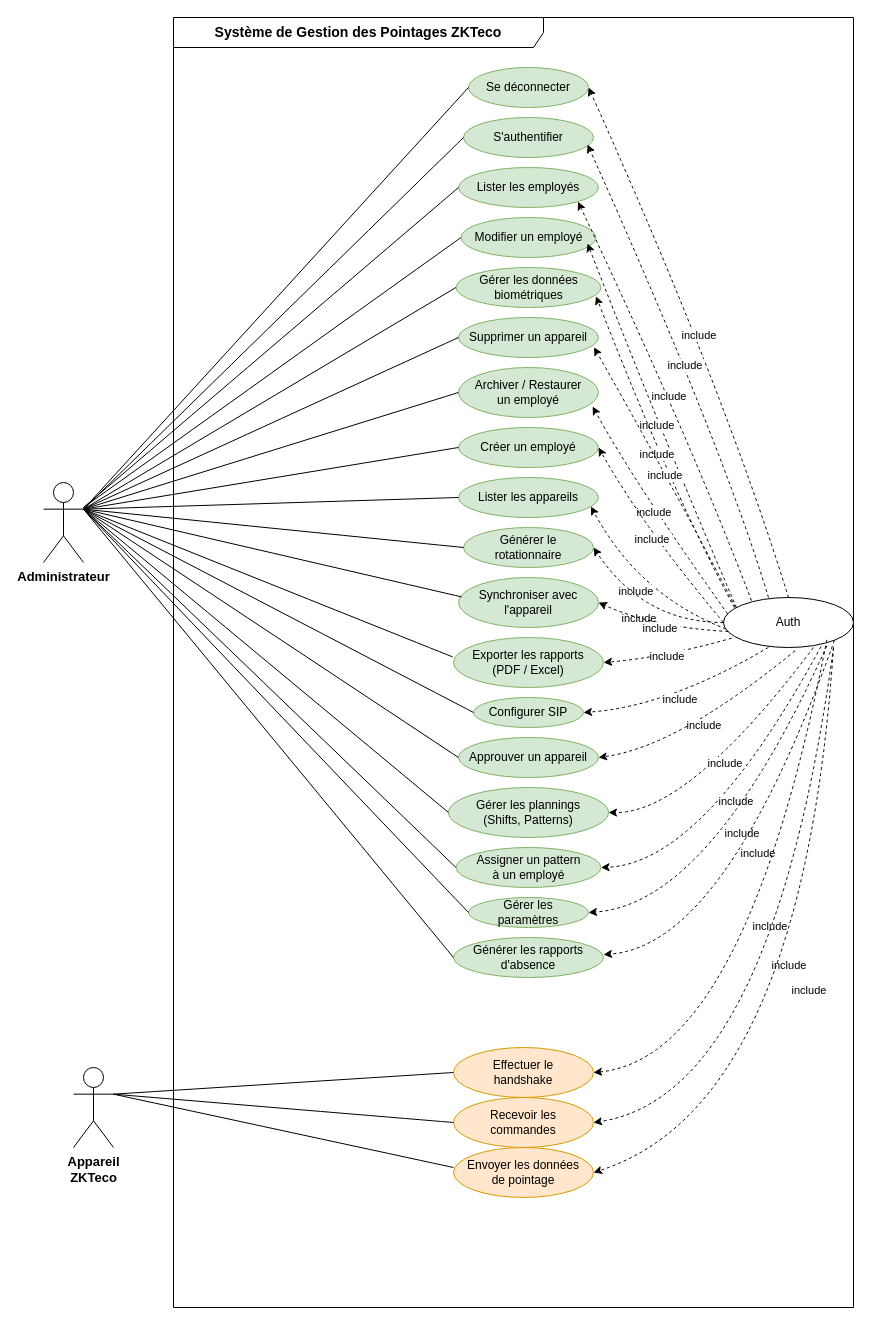
Earlier version of the draw.io diagram diagrammes/Diagramme des cas d'utilisations.drawio (MohamedBoussouir/php_laravel_zkteco_senseface_2a). Source tidied: cells renumbered, new cells numbered last; positions are measured from the earlier drawing's top-left corner, leaving out a move shared by most shapes. Both pictures are drawn from the tidied source at 100%, with x=0, y=0 at pixel (43, 17).
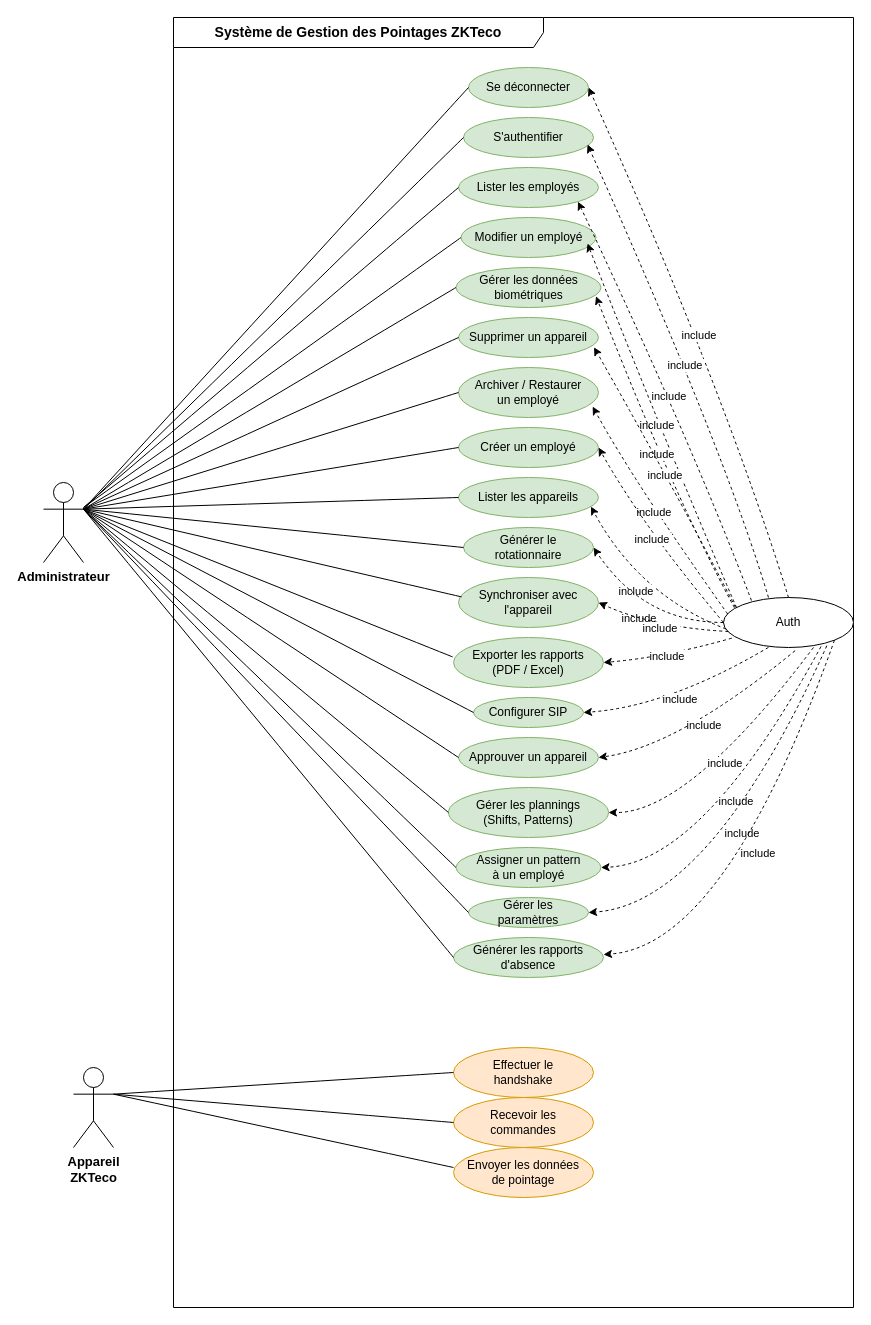
After the change.

The change refers to these unchanged cells:
```xml
<mxCell id="23" value="Effectuer le&lt;br&gt;handshake" style="ellipse;whiteSpace=wrap;html=1;fillColor=#ffe6cc;strokeColor=#d79b00;" parent="1" vertex="1">
  <mxGeometry x="410" y="1030" width="140" height="50" as="geometry" />
</mxCell>
<mxCell id="24" value="Envoyer les données&lt;br&gt;de pointage" style="ellipse;whiteSpace=wrap;html=1;fillColor=#ffe6cc;strokeColor=#d79b00;" parent="1" vertex="1">
  <mxGeometry x="410" y="1130" width="140" height="50" as="geometry" />
</mxCell>
<mxCell id="25" value="Recevoir les&lt;br&gt;commandes" style="ellipse;whiteSpace=wrap;html=1;fillColor=#ffe6cc;strokeColor=#d79b00;" parent="1" vertex="1">
  <mxGeometry x="410" y="1080" width="140" height="50" as="geometry" />
</mxCell>
<mxCell id="26" value="Auth" style="ellipse;whiteSpace=wrap;html=1;" parent="1" vertex="1">
  <mxGeometry x="680" y="580" width="130" height="50" as="geometry" />
</mxCell>
```

What changed in the source:
```diff
@@
-    <mxCell id="63" style="curved=1;dashed=1;endArrow=classic;html=1;rounded=0;entryX=1;entryY=0.5;entryDx=0;entryDy=0;exitX=0.795;exitY=0.847;exitDx=0;exitDy=0;exitPerimeter=0;" parent="1" edge="1" source="26" target="23">
-      <mxGeometry relative="1" as="geometry">
-        <Array as="points">
-          <mxPoint x="702" y="1040.5" />
-        </Array>
-      </mxGeometry>
-    </mxCell>
-    <mxCell id="64" value="include&amp;nbsp;" style="edgeLabel;html=1;align=center;verticalAlign=middle;" parent="63" vertex="1">
-      <mxGeometry x="0.01" relative="1" as="geometry" />
-    </mxCell>
-    <mxCell id="65" style="curved=1;dashed=1;endArrow=classic;html=1;rounded=0;entryX=1;entryY=0.5;entryDx=0;entryDy=0;" parent="1" edge="1" target="25">
-      <mxGeometry relative="1" as="geometry">
-        <mxPoint x="790" y="630" as="sourcePoint" />
-        <Array as="points">
-          <mxPoint x="729" y="1078.5" />
-        </Array>
-      </mxGeometry>
-    </mxCell>
-    <mxCell id="66" value="include&amp;nbsp;" style="edgeLabel;html=1;align=center;verticalAlign=middle;" parent="65" vertex="1">
-      <mxGeometry x="0.01" relative="1" as="geometry" />
-    </mxCell>
-    <mxCell id="67" style="curved=1;dashed=1;endArrow=classic;html=1;rounded=0;entryX=1;entryY=0.5;entryDx=0;entryDy=0;" parent="1" edge="1" target="24">
-      <mxGeometry relative="1" as="geometry">
-        <mxPoint x="790" y="630" as="sourcePoint" />
-        <Array as="points">
-          <mxPoint x="759" y="1088.5" />
-        </Array>
-      </mxGeometry>
-    </mxCell>
-    <mxCell id="68" value="include&amp;nbsp;" style="edgeLabel;html=1;align=center;verticalAlign=middle;" parent="67" vertex="1">
-      <mxGeometry x="0.01" relative="1" as="geometry" />
-    </mxCell>
```
